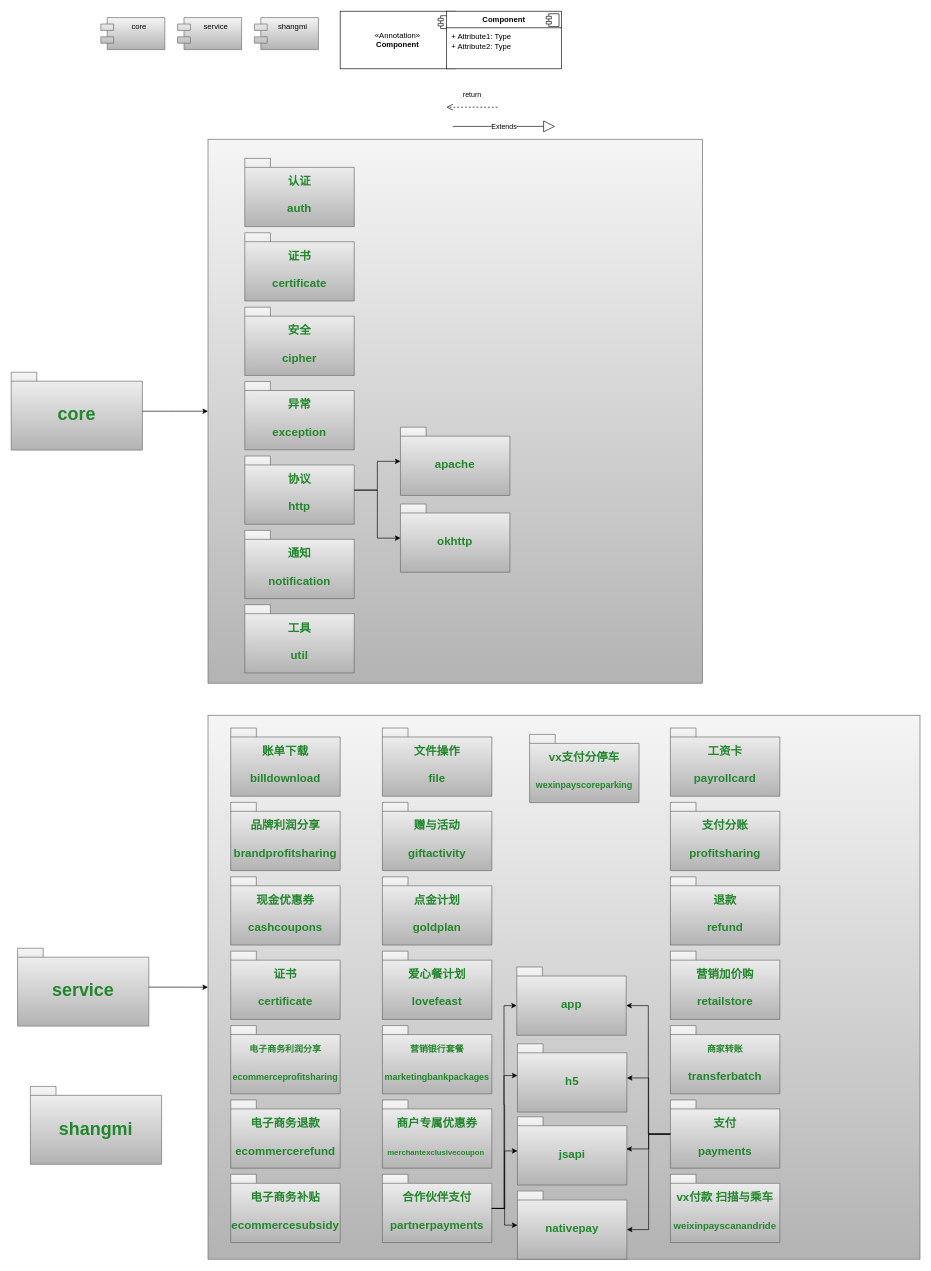
Before: 类图设计/pay_wechatpay.drawio in kangkangbs/draw, a draw.io diagram. Source tidied: cells renumbered, new cells numbered last; positions are measured from the earlier drawing's top-left corner, leaving out a move shared by most shapes. Both pictures are drawn from the tidied source at 64%, with x=0, y=0 at pixel (11, 11).
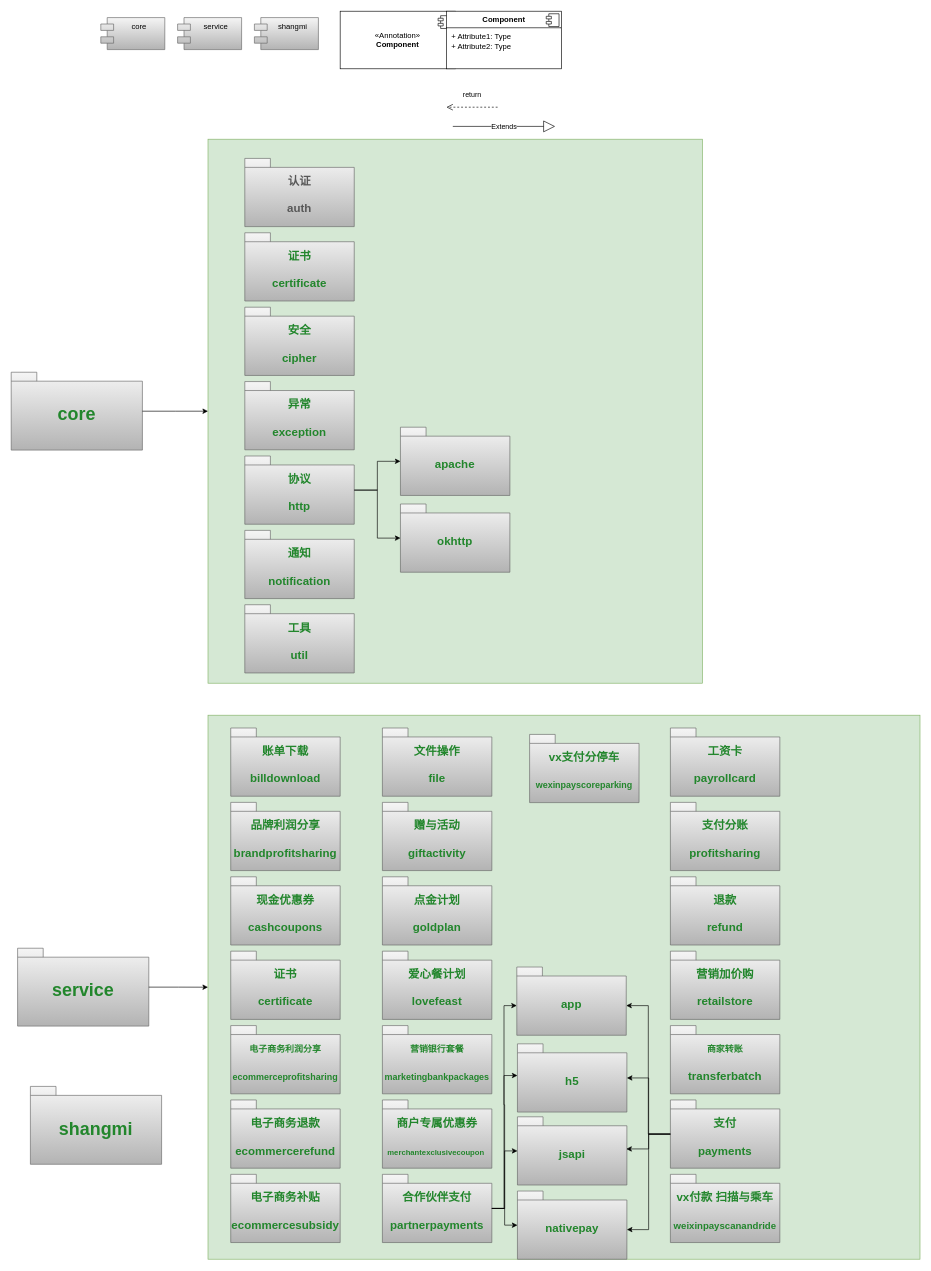
The same page after the edit.

What changed in the source:
```diff
@@
-    <mxCell id="11" style="whiteSpace=wrap;html=1;fillColor=#f5f5f5;strokeColor=#666666;fontColor=light-dark(#22862C,#EDEDED);fontStyle=1;spacingTop=10;gradientColor=#b3b3b3;" parent="1" vertex="1">
+    <mxCell id="11" style="whiteSpace=wrap;html=1;fillColor=#d5e8d4;strokeColor=#82b366;fontStyle=1;spacingTop=10;" parent="1" vertex="1">
       <mxGeometry x="307.5" y="200" width="772.5" height="850" as="geometry" />
     </mxCell>
-    <mxCell id="12" style="group;" parent="1" vertex="1">
+    <mxCell id="12" style="group;fontColor=light-dark(#751f1f, #ededed);fontSize=17;" parent="1" vertex="1">
       <mxGeometry x="365" y="230" width="171" height="804" as="geometry" />
     </mxCell>
-    <mxCell id="13" value="&lt;div&gt;认证&lt;/div&gt;&lt;div&gt;&lt;br&gt;&lt;/div&gt;auth" style="shape=folder;fontStyle=1;spacingTop=10;tabWidth=40;tabHeight=14;tabPosition=left;html=1;whiteSpace=wrap;fillColor=#f5f5f5;gradientColor=#b3b3b3;strokeColor=#666666;fontColor=light-dark(#22862C,#EDEDED);fontSize=18;" parent="12" vertex="1">
+    <mxCell id="13" value="&lt;div&gt;&lt;font style=&quot;color: rgb(88, 88, 88);&quot;&gt;认证&lt;/font&gt;&lt;/div&gt;&lt;div&gt;&lt;font style=&quot;color: rgb(88, 88, 88);&quot;&gt;&lt;br&gt;&lt;/font&gt;&lt;/div&gt;&lt;font style=&quot;color: rgb(88, 88, 88);&quot;&gt;auth&lt;/font&gt;" style="shape=folder;fontStyle=1;spacingTop=10;tabWidth=40;tabHeight=14;tabPosition=left;html=1;whiteSpace=wrap;fillColor=#f5f5f5;gradientColor=#b3b3b3;strokeColor=#666666;fontColor=light-dark(#22862C,#EDEDED);fontSize=18;" parent="12" vertex="1">
       <mxGeometry width="171" height="106.6" as="geometry" />
     </mxCell>
@@
-    <mxCell id="31" style="whiteSpace=wrap;html=1;fillColor=#f5f5f5;strokeColor=#666666;fontColor=light-dark(#22862C,#EDEDED);fontStyle=1;spacingTop=10;gradientColor=#b3b3b3;" parent="1" vertex="1">
+    <mxCell id="31" style="whiteSpace=wrap;html=1;fillColor=#d5e8d4;strokeColor=#82b366;fontStyle=1;spacingTop=10;" parent="1" vertex="1">
       <mxGeometry x="307.5" y="1100" width="1112.5" height="850" as="geometry" />
     </mxCell>
```
